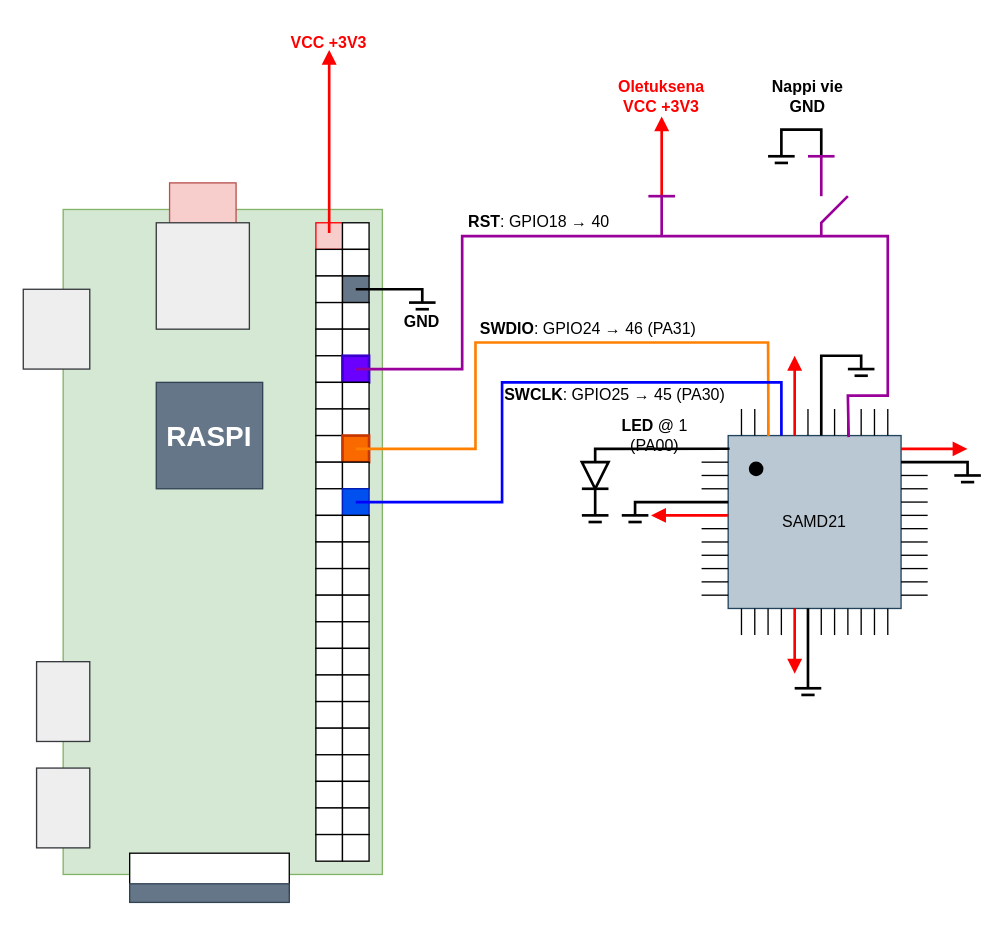
Pilperi/SAMD21-blinky keeps this draw.io diagram as img/skeema.drawio. Above is the earlier version. Source tidied: cells renumbered, new cells numbered last; positions are measured from the earlier drawing's top-left corner, leaving out a move shared by most shapes. Both pictures are drawn from the tidied source at 133%, with x=0, y=0 at pixel (23, 23).
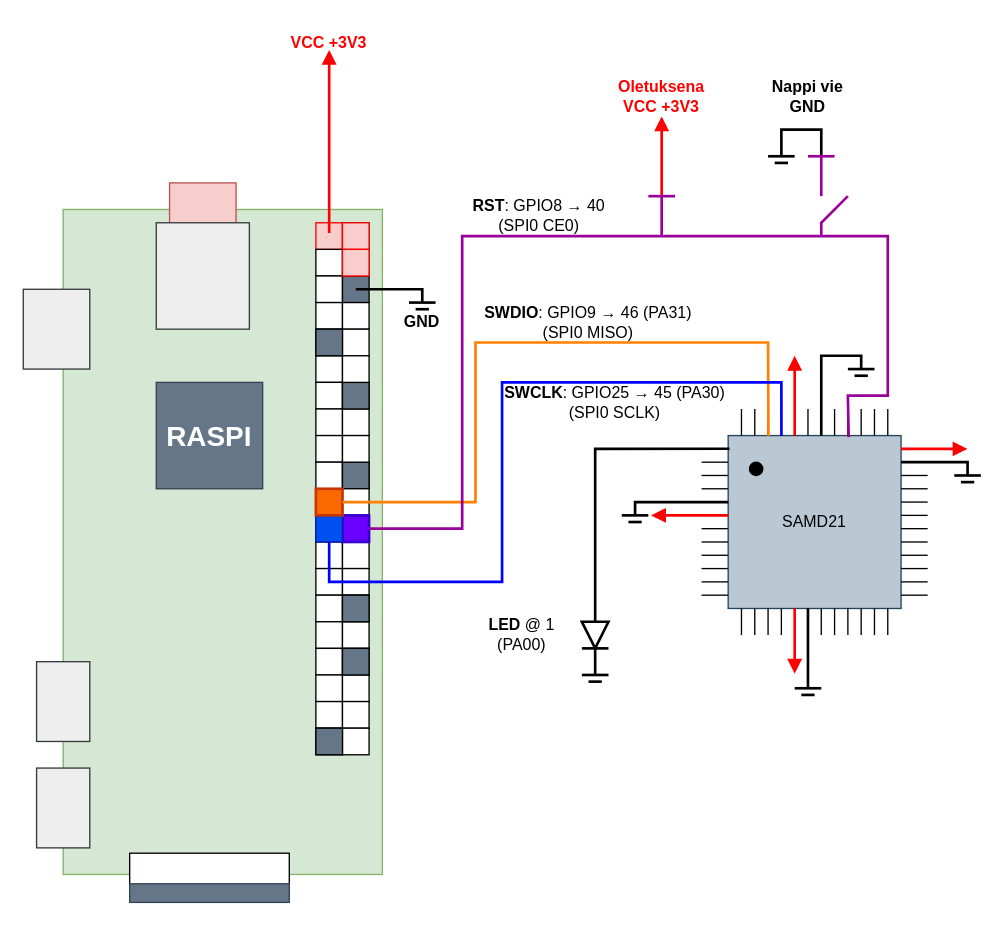
The same diagram, later.

Commit message (it also covers changes not shown here):
Uudelleensijoittele Raspin pinnit SPI0-väylään (selkeämpi paikka kuin satunnaiset GPIO-kohdat)

Unchanged cells that the change refers to:
```xml
<mxCell id="3" style="group;" parent="1" vertex="1">
  <mxGeometry y="120" width="270" height="541" as="geometry" />
</mxCell>
<mxCell id="75" style="group;" parent="1" vertex="1">
  <mxGeometry x="450" y="250" width="270" height="255" as="geometry" />
</mxCell>
<mxCell id="77" value="SAMD21" style="whiteSpace=wrap;html=1;fillColor=#bac8d3;strokeColor=#23445d;" parent="76" vertex="1">
  <mxGeometry x="20" y="20" width="130" height="130" as="geometry" />
</mxCell>
```

What changed in the source:
```diff
@@
-    <mxCell id="16" style="whiteSpace=wrap;html=1;fillColor=#6a00ff;strokeColor=#3700CC;strokeWidth=2;fontColor=#ffffff;" parent="3" vertex="1">
-      <mxGeometry x="240" y="130" width="20" height="20" as="geometry" />
-    </mxCell>
@@
-    <mxCell id="22" style="whiteSpace=wrap;html=1;fillColor=#fa6800;strokeColor=#C73500;strokeWidth=2;fontColor=#000000;" parent="3" vertex="1">
-      <mxGeometry x="240" y="190" width="20" height="20" as="geometry" />
-    </mxCell>
@@
-    <mxCell id="26" style="whiteSpace=wrap;html=1;fillColor=#0050ef;strokeColor=#001DBC;fontColor=#ffffff;" parent="3" vertex="1">
-      <mxGeometry x="240" y="230" width="20" height="20" as="geometry" />
-    </mxCell>
@@
-    <mxCell id="45" style="whiteSpace=wrap;html=1;" parent="3" vertex="1">
-      <mxGeometry x="220" y="430" width="20" height="20" as="geometry" />
-    </mxCell>
-    <mxCell id="46" style="whiteSpace=wrap;html=1;" parent="3" vertex="1">
-      <mxGeometry x="240" y="430" width="20" height="20" as="geometry" />
-    </mxCell>
-    <mxCell id="47" style="whiteSpace=wrap;html=1;" parent="3" vertex="1">
-      <mxGeometry x="220" y="450" width="20" height="20" as="geometry" />
-    </mxCell>
-    <mxCell id="48" style="whiteSpace=wrap;html=1;" parent="3" vertex="1">
-      <mxGeometry x="240" y="450" width="20" height="20" as="geometry" />
-    </mxCell>
-    <mxCell id="49" style="whiteSpace=wrap;html=1;" parent="3" vertex="1">
-      <mxGeometry x="220" y="470" width="20" height="20" as="geometry" />
-    </mxCell>
-    <mxCell id="50" style="whiteSpace=wrap;html=1;" parent="3" vertex="1">
-      <mxGeometry x="240" y="470" width="20" height="20" as="geometry" />
-    </mxCell>
-    <mxCell id="51" style="whiteSpace=wrap;html=1;" parent="3" vertex="1">
-      <mxGeometry x="220" y="490" width="20" height="20" as="geometry" />
-    </mxCell>
-    <mxCell id="52" style="whiteSpace=wrap;html=1;" parent="3" vertex="1">
-      <mxGeometry x="240" y="490" width="20" height="20" as="geometry" />
-    </mxCell>
@@
+    <mxCell id="159" style="whiteSpace=wrap;html=1;fillColor=#647687;fontColor=#ffffff;strokeColor=#000000;" parent="3" vertex="1">
+      <mxGeometry x="220" y="110" width="20" height="20" as="geometry" />
+    </mxCell>
+    <mxCell id="160" style="whiteSpace=wrap;html=1;fillColor=#647687;fontColor=#ffffff;strokeColor=#000000;" parent="3" vertex="1">
+      <mxGeometry x="240" y="150" width="20" height="20" as="geometry" />
+    </mxCell>
+    <mxCell id="161" style="whiteSpace=wrap;html=1;fillColor=#647687;fontColor=#ffffff;strokeColor=#000000;" parent="3" vertex="1">
+      <mxGeometry x="240" y="210" width="20" height="20" as="geometry" />
+    </mxCell>
+    <mxCell id="162" style="whiteSpace=wrap;html=1;fillColor=#647687;fontColor=#ffffff;strokeColor=#000000;" parent="3" vertex="1">
+      <mxGeometry x="240" y="310" width="20" height="20" as="geometry" />
+    </mxCell>
+    <mxCell id="163" style="whiteSpace=wrap;html=1;fillColor=#647687;fontColor=#ffffff;strokeColor=#000000;" parent="3" vertex="1">
+      <mxGeometry x="240" y="350" width="20" height="20" as="geometry" />
+    </mxCell>
+    <mxCell id="164" style="whiteSpace=wrap;html=1;fillColor=#647687;fontColor=#ffffff;strokeColor=#000000;" parent="3" vertex="1">
+      <mxGeometry x="220" y="410" width="20" height="20" as="geometry" />
+    </mxCell>
+    <mxCell id="165" style="whiteSpace=wrap;html=1;fillColor=#f8cecc;strokeColor=#FF0000;" parent="3" vertex="1">
+      <mxGeometry x="240" y="30" width="20" height="20" as="geometry" />
+    </mxCell>
+    <mxCell id="166" style="whiteSpace=wrap;html=1;fillColor=#f8cecc;strokeColor=#FF0000;" parent="3" vertex="1">
+      <mxGeometry x="240" y="50" width="20" height="20" as="geometry" />
+    </mxCell>
+    <mxCell id="167" style="whiteSpace=wrap;html=1;" parent="3" vertex="1">
+      <mxGeometry x="240" y="230" width="20" height="20" as="geometry" />
+    </mxCell>
+    <mxCell id="168" style="whiteSpace=wrap;html=1;" parent="3" vertex="1">
+      <mxGeometry x="240" y="190" width="20" height="20" as="geometry" />
+    </mxCell>
+    <mxCell id="169" style="whiteSpace=wrap;html=1;" parent="3" vertex="1">
+      <mxGeometry x="240" y="130" width="20" height="20" as="geometry" />
+    </mxCell>
+    <mxCell id="16" style="whiteSpace=wrap;html=1;fillColor=#6a00ff;strokeColor=#3700CC;strokeWidth=2;fontColor=#ffffff;" parent="3" vertex="1">
+      <mxGeometry x="240" y="250" width="20" height="20" as="geometry" />
+    </mxCell>
+    <mxCell id="26" style="whiteSpace=wrap;html=1;fillColor=#0050ef;strokeColor=#001DBC;fontColor=#ffffff;" parent="3" vertex="1">
+      <mxGeometry x="220" y="250" width="20" height="20" as="geometry" />
+    </mxCell>
+    <mxCell id="22" style="whiteSpace=wrap;html=1;fillColor=#fa6800;strokeColor=#C73500;strokeWidth=2;fontColor=#000000;" parent="3" vertex="1">
+      <mxGeometry x="220" y="230" width="20" height="20" as="geometry" />
+    </mxCell>
@@
-    <mxCell id="68" value="&lt;b&gt;RST&lt;/b&gt;: GPIO18 → 40" style="text;html=1;strokeColor=none;fillColor=none;align=center;verticalAlign=middle;whiteSpace=wrap;rounded=0;" parent="1" vertex="1">
-      <mxGeometry x="330" y="140" width="116" height="20" as="geometry" />
+    <mxCell id="68" value="&lt;div&gt;&lt;b&gt;RST&lt;/b&gt;: GPIO8 → 40&lt;/div&gt;&lt;div&gt;(SPI0 CE0)&lt;br&gt;&lt;/div&gt;" style="text;html=1;strokeColor=none;fillColor=none;align=center;verticalAlign=middle;whiteSpace=wrap;rounded=0;" parent="1" vertex="1">
+      <mxGeometry x="330" y="130" width="116" height="30" as="geometry" />
     </mxCell>
-    <mxCell id="69" value="&lt;b&gt;SWDIO&lt;/b&gt;: GPIO24 → 46 (PA31)" style="text;html=1;strokeColor=none;fillColor=none;align=center;verticalAlign=middle;whiteSpace=wrap;rounded=0;" parent="1" vertex="1">
-      <mxGeometry x="340" y="220" width="170" height="20" as="geometry" />
+    <mxCell id="69" value="&lt;b&gt;SWDIO&lt;/b&gt;: GPIO9 → 46 (PA31)&lt;br&gt;(SPI0 MISO)" style="text;html=1;strokeColor=none;fillColor=none;align=center;verticalAlign=middle;whiteSpace=wrap;rounded=0;" parent="1" vertex="1">
+      <mxGeometry x="340" y="210" width="170" height="30" as="geometry" />
     </mxCell>
@@
-    <mxCell id="143" value="&lt;b&gt;SWCLK&lt;/b&gt;: GPIO25 → 45 (PA30)" style="text;html=1;strokeColor=none;fillColor=none;align=center;verticalAlign=middle;whiteSpace=wrap;rounded=0;" parent="75" vertex="1">
-      <mxGeometry x="-90" y="20" width="170" height="20" as="geometry" />
+    <mxCell id="143" value="&lt;b&gt;SWCLK&lt;/b&gt;: GPIO25 → 45 (PA30)&lt;br&gt;(SPI0 SCLK)" style="text;html=1;strokeColor=none;fillColor=none;align=center;verticalAlign=middle;whiteSpace=wrap;rounded=0;" parent="75" vertex="1">
+      <mxGeometry x="-90" y="20" width="170" height="30" as="geometry" />
     </mxCell>
-    <mxCell id="144" value="&lt;b&gt;LED&lt;/b&gt; @ 1 (PA00)" style="text;html=1;strokeColor=none;fillColor=none;align=center;verticalAlign=middle;whiteSpace=wrap;rounded=0;" parent="75" vertex="1">
-      <mxGeometry x="-20" y="50" width="90" height="20" as="geometry" />
-    </mxCell>
-    <mxCell id="145" style="endArrow=none;html=1;rounded=0;strokeWidth=2;strokeColor=#FF8000;entryX=0.233;entryY=0.003;entryDx=0;entryDy=0;entryPerimeter=0;" parent="1" edge="1" target="77">
+    <mxCell id="145" style="endArrow=none;html=1;rounded=0;strokeWidth=2;strokeColor=#FF8000;entryX=0.233;entryY=0.003;entryDx=0;entryDy=0;entryPerimeter=0;exitX=0;exitY=0.5;exitDx=0;exitDy=0;" parent="1" edge="1" source="167" target="77">
       <mxGeometry relative="1" as="geometry">
-        <mxPoint x="250" y="320" as="sourcePoint" />
         <Array as="points">
-          <mxPoint x="340" y="320" />
+          <mxPoint x="340" y="360" />
           <mxPoint x="340" y="260" />
           <mxPoint x="340" y="240" />
           <mxPoint x="560" y="240" />
         </Array>
       </mxGeometry>
     </mxCell>
-    <mxCell id="146" style="endArrow=none;html=1;rounded=0;strokeWidth=2;strokeColor=#0000FF;entryX=0.308;entryY=0;entryDx=0;entryDy=0;entryPerimeter=0;" parent="1" edge="1" target="77">
+    <mxCell id="146" style="endArrow=none;html=1;rounded=0;strokeWidth=2;strokeColor=#0000FF;entryX=0.308;entryY=0;entryDx=0;entryDy=0;entryPerimeter=0;exitX=0.5;exitY=1;exitDx=0;exitDy=0;" parent="1" edge="1" source="26" target="77">
       <mxGeometry relative="1" as="geometry">
-        <mxPoint x="250" y="360" as="sourcePoint" />
         <Array as="points">
-          <mxPoint x="360" y="360" />
+          <mxPoint x="230" y="420" />
+          <mxPoint x="360" y="420" />
           <mxPoint x="360" y="270" />
           <mxPoint x="570" y="270" />
         </Array>
       </mxGeometry>
     </mxCell>
-    <mxCell id="147" style="endArrow=none;html=1;rounded=0;strokeWidth=2;strokeColor=#990099;entryX=0.697;entryY=0.009;entryDx=0;entryDy=0;entryPerimeter=0;" parent="1" edge="1" target="77">
+    <mxCell id="147" style="endArrow=none;html=1;rounded=0;strokeWidth=2;strokeColor=#990099;entryX=0.697;entryY=0.009;entryDx=0;entryDy=0;entryPerimeter=0;exitX=1;exitY=0.5;exitDx=0;exitDy=0;" parent="1" edge="1" source="16" target="77">
       <mxGeometry relative="1" as="geometry">
-        <mxPoint x="250" y="260" as="sourcePoint" />
         <Array as="points">
-          <mxPoint x="330" y="260" />
+          <mxPoint x="330" y="380" />
           <mxPoint x="330" y="160" />
           <mxPoint x="470" y="160" />
           <mxPoint x="650" y="160" />
           <mxPoint x="650" y="280" />
           <mxPoint x="620" y="280" />
         </Array>
       </mxGeometry>
     </mxCell>
     <mxCell id="148" style="endArrow=none;html=1;rounded=0;strokeWidth=2;" parent="1" edge="1">
       <mxGeometry relative="1" as="geometry">
-        <mxPoint x="420" y="350" as="sourcePoint" />
-        <mxPoint x="440" y="350" as="targetPoint" />
+        <mxPoint x="420" y="470" as="sourcePoint" />
+        <mxPoint x="440" y="470" as="targetPoint" />
       </mxGeometry>
     </mxCell>
     <mxCell id="149" style="triangle;whiteSpace=wrap;html=1;rotation=90;strokeWidth=2;" parent="1" vertex="1">
-      <mxGeometry x="420" y="330" width="20" height="20" as="geometry" />
+      <mxGeometry x="420" y="450" width="20" height="20" as="geometry" />
     </mxCell>
     <mxCell id="150" style="endArrow=none;html=1;rounded=0;strokeWidth=2;" parent="1" edge="1">
       <mxGeometry relative="1" as="geometry">
-        <mxPoint x="420" y="370" as="sourcePoint" />
-        <mxPoint x="440" y="370" as="targetPoint" />
+        <mxPoint x="420" y="490" as="sourcePoint" />
+        <mxPoint x="440" y="490" as="targetPoint" />
       </mxGeometry>
     </mxCell>
     <mxCell id="151" style="endArrow=none;html=1;rounded=0;strokeWidth=2;" parent="1" edge="1">
       <mxGeometry relative="1" as="geometry">
-        <mxPoint x="425" y="375" as="sourcePoint" />
-        <mxPoint x="435" y="375" as="targetPoint" />
+        <mxPoint x="425" y="495" as="sourcePoint" />
+        <mxPoint x="435" y="495" as="targetPoint" />
       </mxGeometry>
     </mxCell>
     <mxCell id="152" style="endArrow=none;html=1;rounded=0;strokeWidth=2;" parent="1" edge="1">
       <mxGeometry relative="1" as="geometry">
-        <mxPoint x="430" y="370" as="sourcePoint" />
-        <mxPoint x="430" y="350" as="targetPoint" />
+        <mxPoint x="430" y="490" as="sourcePoint" />
+        <mxPoint x="430" y="470" as="targetPoint" />
       </mxGeometry>
     </mxCell>
@@
+    <mxCell id="144" value="&lt;b&gt;LED&lt;/b&gt; @ 1 (PA00)" style="text;html=1;strokeColor=none;fillColor=none;align=center;verticalAlign=middle;whiteSpace=wrap;rounded=0;" parent="1" vertex="1">
+      <mxGeometry x="330" y="450" width="90" height="20" as="geometry" />
+    </mxCell>
```
